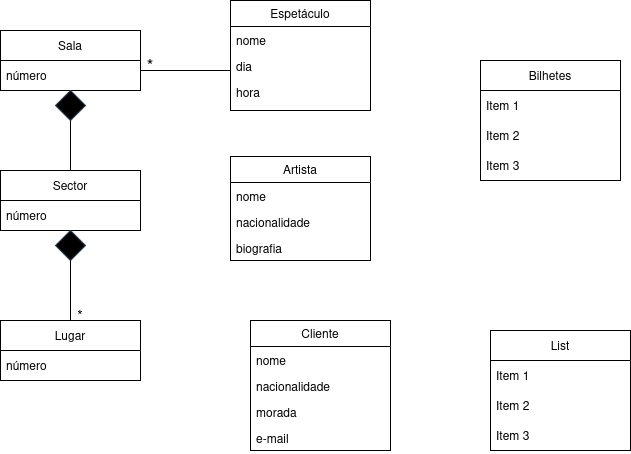
Before: UML1.drawio.png, a diagram exported from draw.io (leorsd/ESOF_UML). Source tidied: cells renumbered, new cells last; positions are measured from the earlier drawing's top-left corner, leaving out a move shared by most shapes.
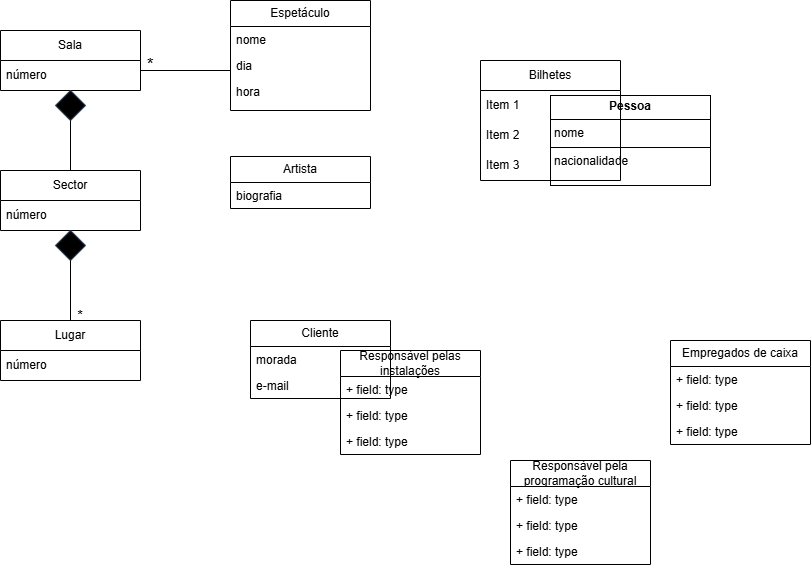
Above is the later version.

Change to the diagram source:
```diff
@@ -3,16 +3,10 @@
     <mxCell id="0" />
     <mxCell id="1" parent="0" />
     <mxCell id="2" value="Artista" style="swimlane;fontStyle=0;horizontal=1;startSize=26;fillColor=none;whiteSpace=wrap;html=1;" parent="1" vertex="1">
-      <mxGeometry x="230" y="156" width="140" height="104" as="geometry" />
+      <mxGeometry x="230" y="156" width="140" height="52" as="geometry" />
     </mxCell>
-    <mxCell id="3" value="nome" style="text;strokeColor=none;fillColor=none;align=left;verticalAlign=top;spacingLeft=4;spacingRight=4;overflow=hidden;whiteSpace=wrap;html=1;" parent="2" vertex="1">
-      <mxGeometry y="26" width="140" height="26" as="geometry" />
-    </mxCell>
-    <mxCell id="4" value="nacionalidade" style="text;strokeColor=none;fillColor=none;align=left;verticalAlign=top;spacingLeft=4;spacingRight=4;overflow=hidden;whiteSpace=wrap;html=1;" parent="2" vertex="1">
-      <mxGeometry y="52" width="140" height="26" as="geometry" />
-    </mxCell>
     <mxCell id="5" value="biografia" style="text;strokeColor=none;fillColor=none;align=left;verticalAlign=top;spacingLeft=4;spacingRight=4;overflow=hidden;whiteSpace=wrap;html=1;" parent="2" vertex="1">
-      <mxGeometry y="78" width="140" height="26" as="geometry" />
+      <mxGeometry y="26" width="140" height="26" as="geometry" />
     </mxCell>
     <mxCell id="6" value="Sala" style="swimlane;fontStyle=0;horizontal=1;startSize=30;whiteSpace=wrap;html=1;" parent="1" vertex="1">
       <mxGeometry y="30" width="140" height="60" as="geometry" />
@@ -67,38 +61,59 @@
       <mxGeometry y="78" width="140" height="32" as="geometry" />
     </mxCell>
     <mxCell id="22" value="Cliente" style="swimlane;fontStyle=0;horizontal=1;startSize=26;fillColor=none;whiteSpace=wrap;html=1;" parent="1" vertex="1">
-      <mxGeometry x="250" y="320" width="140" height="130" as="geometry" />
+      <mxGeometry x="250" y="320" width="140" height="78" as="geometry" />
     </mxCell>
-    <mxCell id="23" value="nome" style="text;strokeColor=none;fillColor=none;align=left;verticalAlign=top;spacingLeft=4;spacingRight=4;overflow=hidden;whiteSpace=wrap;html=1;" parent="22" vertex="1">
-      <mxGeometry y="26" width="140" height="26" as="geometry" />
-    </mxCell>
-    <mxCell id="24" value="nacionalidade" style="text;strokeColor=none;fillColor=none;align=left;verticalAlign=top;spacingLeft=4;spacingRight=4;overflow=hidden;whiteSpace=wrap;html=1;" parent="22" vertex="1">
-      <mxGeometry y="52" width="140" height="26" as="geometry" />
-    </mxCell>
     <mxCell id="25" value="morada" style="text;strokeColor=none;fillColor=none;align=left;verticalAlign=top;spacingLeft=4;spacingRight=4;overflow=hidden;whiteSpace=wrap;html=1;" parent="22" vertex="1">
-      <mxGeometry y="78" width="140" height="26" as="geometry" />
+      <mxGeometry y="26" width="140" height="26" as="geometry" />
     </mxCell>
     <mxCell id="26" value="e-mail" style="text;strokeColor=none;fillColor=none;align=left;verticalAlign=top;spacingLeft=4;spacingRight=4;overflow=hidden;whiteSpace=wrap;html=1;" parent="22" vertex="1">
-      <mxGeometry y="104" width="140" height="26" as="geometry" />
+      <mxGeometry y="52" width="140" height="26" as="geometry" />
     </mxCell>
+    <mxCell id="36" value="&lt;p style=&quot;margin:0px;margin-top:4px;text-align:center;&quot;&gt;&lt;b&gt;Pessoa&lt;/b&gt;&lt;/p&gt;&lt;hr size=&quot;1&quot; style=&quot;border-style:solid;&quot;&gt;&lt;p style=&quot;margin:0px;margin-left:4px;&quot;&gt;nome&lt;/p&gt;&lt;hr size=&quot;1&quot; style=&quot;border-style:solid;&quot;&gt;&lt;p style=&quot;margin:0px;margin-left:4px;&quot;&gt;nacionalidade&lt;/p&gt;" style="verticalAlign=top;align=left;overflow=fill;html=1;whiteSpace=wrap;" parent="1" vertex="1">
+      <mxGeometry x="550" y="95" width="160" height="90" as="geometry" />
+    </mxCell>
     <mxCell id="27" style="endArrow=none;html=1;rounded=0;entryX=0.5;entryY=1;entryDx=0;entryDy=0;" parent="1" edge="1">
       <mxGeometry relative="1" as="geometry">
         <mxPoint x="230" y="70" as="sourcePoint" />
         <mxPoint x="140" y="70" as="targetPoint" />
       </mxGeometry>
     </mxCell>
-    <mxCell id="28" value="List" style="swimlane;fontStyle=0;horizontal=1;startSize=30;whiteSpace=wrap;html=1;" parent="1" vertex="1">
-      <mxGeometry x="490" y="330" width="140" height="120" as="geometry" />
-    </mxCell>
-    <mxCell id="29" value="Item 1" style="text;strokeColor=none;fillColor=none;align=left;verticalAlign=middle;spacingLeft=4;spacingRight=4;overflow=hidden;whiteSpace=wrap;html=1;" parent="28" vertex="1">
-      <mxGeometry y="30" width="140" height="30" as="geometry" />
-    </mxCell>
-    <mxCell id="30" value="Item 2" style="text;strokeColor=none;fillColor=none;align=left;verticalAlign=middle;spacingLeft=4;spacingRight=4;overflow=hidden;whiteSpace=wrap;html=1;" parent="28" vertex="1">
-      <mxGeometry y="60" width="140" height="30" as="geometry" />
-    </mxCell>
-    <mxCell id="31" value="Item 3" style="text;strokeColor=none;fillColor=none;align=left;verticalAlign=middle;spacingLeft=4;spacingRight=4;overflow=hidden;whiteSpace=wrap;html=1;" parent="28" vertex="1">
-      <mxGeometry y="90" width="140" height="30" as="geometry" />
-    </mxCell>
+    <mxCell id="37" value="Empregados de caixa" style="swimlane;fontStyle=0;horizontal=1;startSize=26;fillColor=none;whiteSpace=wrap;html=1;" parent="1" vertex="1">
+      <mxGeometry x="670" y="340" width="140" height="104" as="geometry" />
+    </mxCell>
+    <mxCell id="38" value="+ field: type" style="text;strokeColor=none;fillColor=none;align=left;verticalAlign=top;spacingLeft=4;spacingRight=4;overflow=hidden;whiteSpace=wrap;html=1;" parent="37" vertex="1">
+      <mxGeometry y="26" width="140" height="26" as="geometry" />
+    </mxCell>
+    <mxCell id="39" value="+ field: type" style="text;strokeColor=none;fillColor=none;align=left;verticalAlign=top;spacingLeft=4;spacingRight=4;overflow=hidden;whiteSpace=wrap;html=1;" parent="37" vertex="1">
+      <mxGeometry y="52" width="140" height="26" as="geometry" />
+    </mxCell>
+    <mxCell id="40" value="+ field: type" style="text;strokeColor=none;fillColor=none;align=left;verticalAlign=top;spacingLeft=4;spacingRight=4;overflow=hidden;whiteSpace=wrap;html=1;" parent="37" vertex="1">
+      <mxGeometry y="78" width="140" height="26" as="geometry" />
+    </mxCell>
+    <mxCell id="41" value="Responsável pelas instalações" style="swimlane;fontStyle=0;horizontal=1;startSize=26;fillColor=none;whiteSpace=wrap;html=1;" parent="1" vertex="1">
+      <mxGeometry x="340" y="350" width="140" height="104" as="geometry" />
+    </mxCell>
+    <mxCell id="42" value="+ field: type" style="text;strokeColor=none;fillColor=none;align=left;verticalAlign=top;spacingLeft=4;spacingRight=4;overflow=hidden;whiteSpace=wrap;html=1;" parent="41" vertex="1">
+      <mxGeometry y="26" width="140" height="26" as="geometry" />
+    </mxCell>
+    <mxCell id="43" value="+ field: type" style="text;strokeColor=none;fillColor=none;align=left;verticalAlign=top;spacingLeft=4;spacingRight=4;overflow=hidden;whiteSpace=wrap;html=1;" parent="41" vertex="1">
+      <mxGeometry y="52" width="140" height="26" as="geometry" />
+    </mxCell>
+    <mxCell id="44" value="+ field: type" style="text;strokeColor=none;fillColor=none;align=left;verticalAlign=top;spacingLeft=4;spacingRight=4;overflow=hidden;whiteSpace=wrap;html=1;" parent="41" vertex="1">
+      <mxGeometry y="78" width="140" height="26" as="geometry" />
+    </mxCell>
+    <mxCell id="45" value="Responsável pela programação cultural" style="swimlane;fontStyle=0;horizontal=1;startSize=26;fillColor=none;whiteSpace=wrap;html=1;" parent="1" vertex="1">
+      <mxGeometry x="510" y="460" width="140" height="104" as="geometry" />
+    </mxCell>
+    <mxCell id="46" value="+ field: type" style="text;strokeColor=none;fillColor=none;align=left;verticalAlign=top;spacingLeft=4;spacingRight=4;overflow=hidden;whiteSpace=wrap;html=1;" parent="45" vertex="1">
+      <mxGeometry y="26" width="140" height="26" as="geometry" />
+    </mxCell>
+    <mxCell id="47" value="+ field: type" style="text;strokeColor=none;fillColor=none;align=left;verticalAlign=top;spacingLeft=4;spacingRight=4;overflow=hidden;whiteSpace=wrap;html=1;" parent="45" vertex="1">
+      <mxGeometry y="52" width="140" height="26" as="geometry" />
+    </mxCell>
+    <mxCell id="48" value="+ field: type" style="text;strokeColor=none;fillColor=none;align=left;verticalAlign=top;spacingLeft=4;spacingRight=4;overflow=hidden;whiteSpace=wrap;html=1;" parent="45" vertex="1">
+      <mxGeometry y="78" width="140" height="26" as="geometry" />
+    </mxCell>
     <mxCell id="32" value="Bilhetes" style="swimlane;fontStyle=0;horizontal=1;startSize=30;whiteSpace=wrap;html=1;" parent="1" vertex="1">
       <mxGeometry x="480" y="60" width="140" height="120" as="geometry" />
     </mxCell>
```
